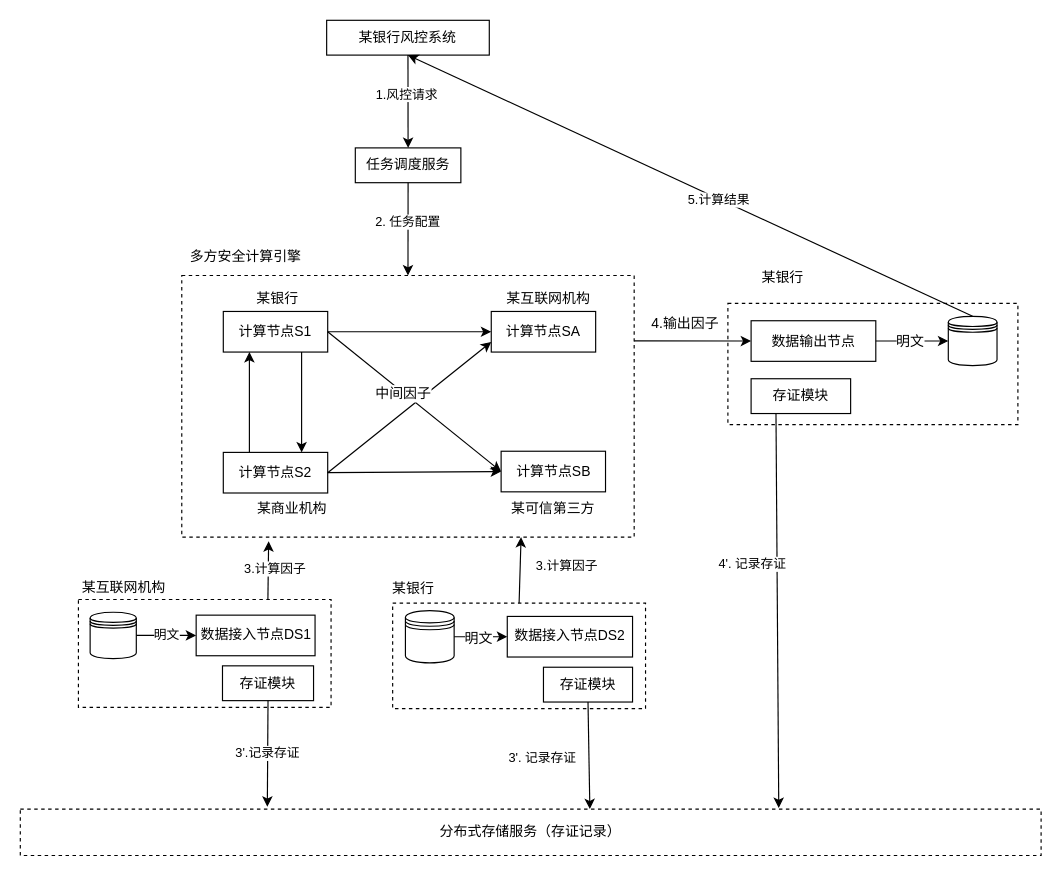
Earlier version of the draw.io diagram cuishou.drawio (yankaili2006/drawing_io). Source tidied: cells renumbered, new cells numbered last; positions are measured from the earlier drawing's top-left corner, leaving out a move shared by most shapes. Both pictures are drawn from the tidied source at 116%, with x=0, y=0 at pixel (20, 20).
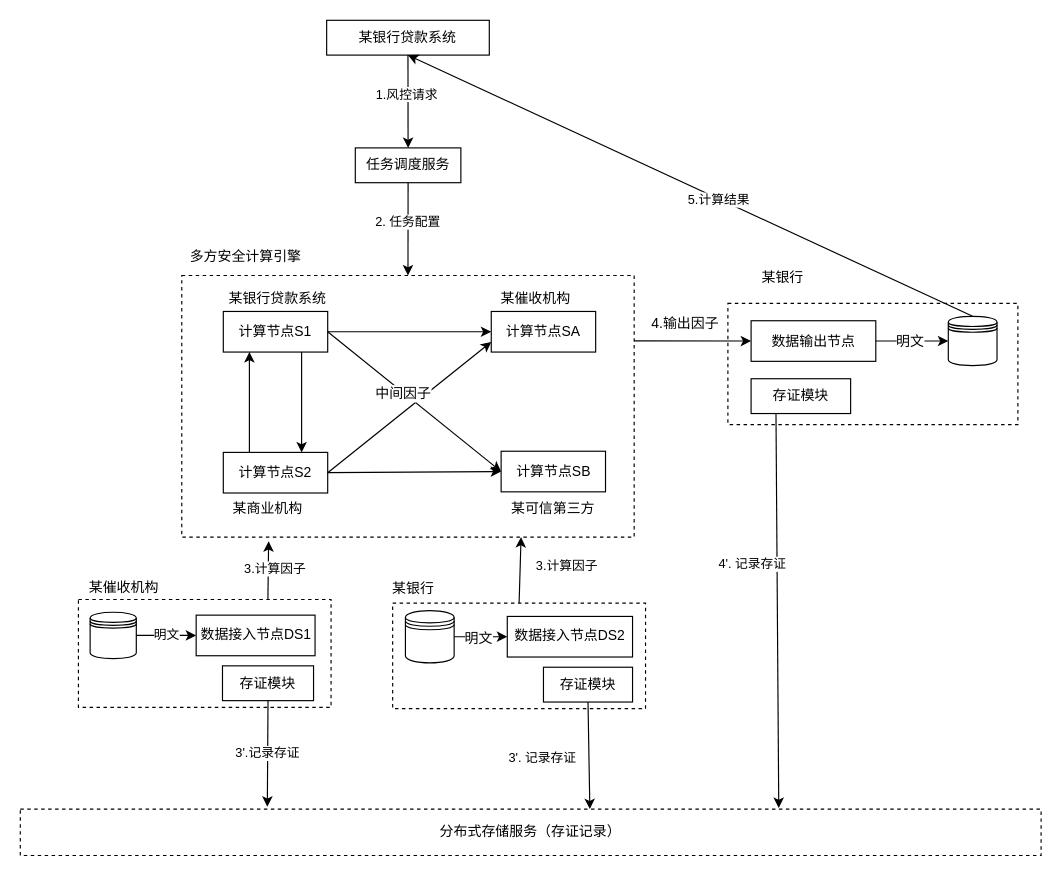
Above is the later version.

What changed in the source:
```diff
@@
-    <mxCell id="23" value="某互联网机构" style="text;html=1;strokeColor=none;fillColor=none;align=center;verticalAlign=middle;whiteSpace=wrap;rounded=0;" parent="1" vertex="1">
-      <mxGeometry x="388.6" y="230" width="133.2" height="20" as="geometry" />
+    <mxCell id="23" value="某催收机构" style="text;html=1;strokeColor=none;fillColor=none;align=center;verticalAlign=middle;whiteSpace=wrap;rounded=0;" parent="1" vertex="1">
+      <mxGeometry x="404.4" y="230" width="81.4" height="20" as="geometry" />
     </mxCell>
-    <mxCell id="24" value="某银行" style="text;html=1;strokeColor=none;fillColor=none;align=center;verticalAlign=middle;whiteSpace=wrap;rounded=0;" parent="1" vertex="1">
+    <mxCell id="24" value="某银行贷款系统" style="text;html=1;strokeColor=none;fillColor=none;align=center;verticalAlign=middle;whiteSpace=wrap;rounded=0;" parent="1" vertex="1">
       <mxGeometry x="175" y="230" width="94.2" height="20" as="geometry" />
     </mxCell>
     <mxCell id="25" value="某商业机构" style="text;html=1;strokeColor=none;fillColor=none;align=center;verticalAlign=middle;whiteSpace=wrap;rounded=0;" parent="1" vertex="1">
-      <mxGeometry x="179.2" y="410.5" width="110.8" height="20" as="geometry" />
+      <mxGeometry x="178.2" y="410.5" width="70.8" height="20" as="geometry" />
     </mxCell>
@@
-    <mxCell id="33" value="某互联网机构" style="text;html=1;strokeColor=none;fillColor=none;align=center;verticalAlign=middle;whiteSpace=wrap;rounded=0;" parent="1" vertex="1">
+    <mxCell id="33" value="某催收机构" style="text;html=1;strokeColor=none;fillColor=none;align=center;verticalAlign=middle;whiteSpace=wrap;rounded=0;" parent="1" vertex="1">
       <mxGeometry x="50.1" y="479.3" width="78.9" height="20" as="geometry" />
     </mxCell>
@@
-    <mxCell id="52" value="某银行风控系统" style="rounded=0;whiteSpace=wrap;html=1;" parent="1" vertex="1">
+    <mxCell id="52" value="某银行贷款系统" style="rounded=0;whiteSpace=wrap;html=1;" parent="1" vertex="1">
       <mxGeometry x="264.1" width="140.2" height="30" as="geometry" />
     </mxCell>
```
